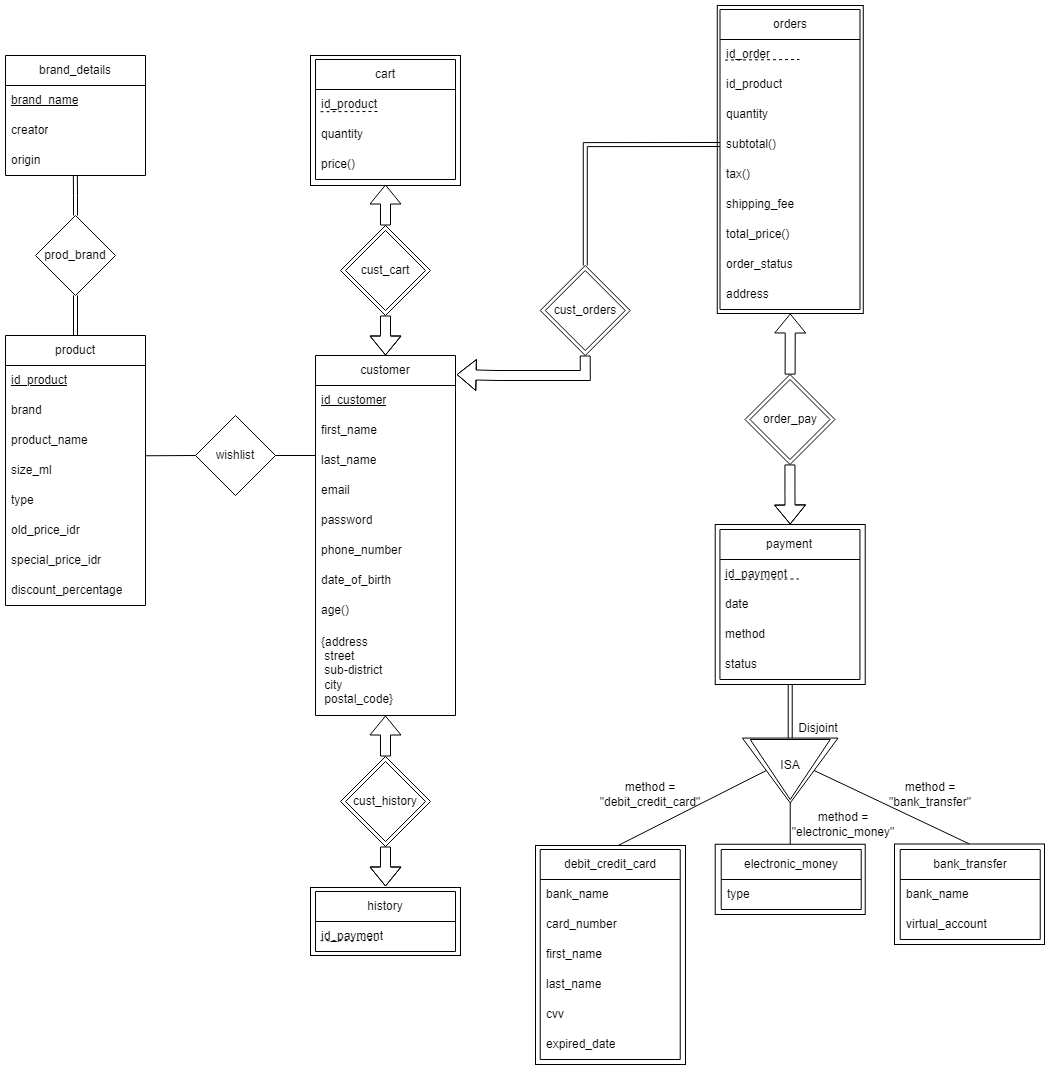
The draw.io diagram Data Storing/design/ERD.png in fredrick03/TUGAS_SELEKSI_1_18221156, before a commit. Source tidied: cells renumbered, new cells last; positions are measured from the earlier drawing's top-left corner, leaving out a move shared by most shapes.
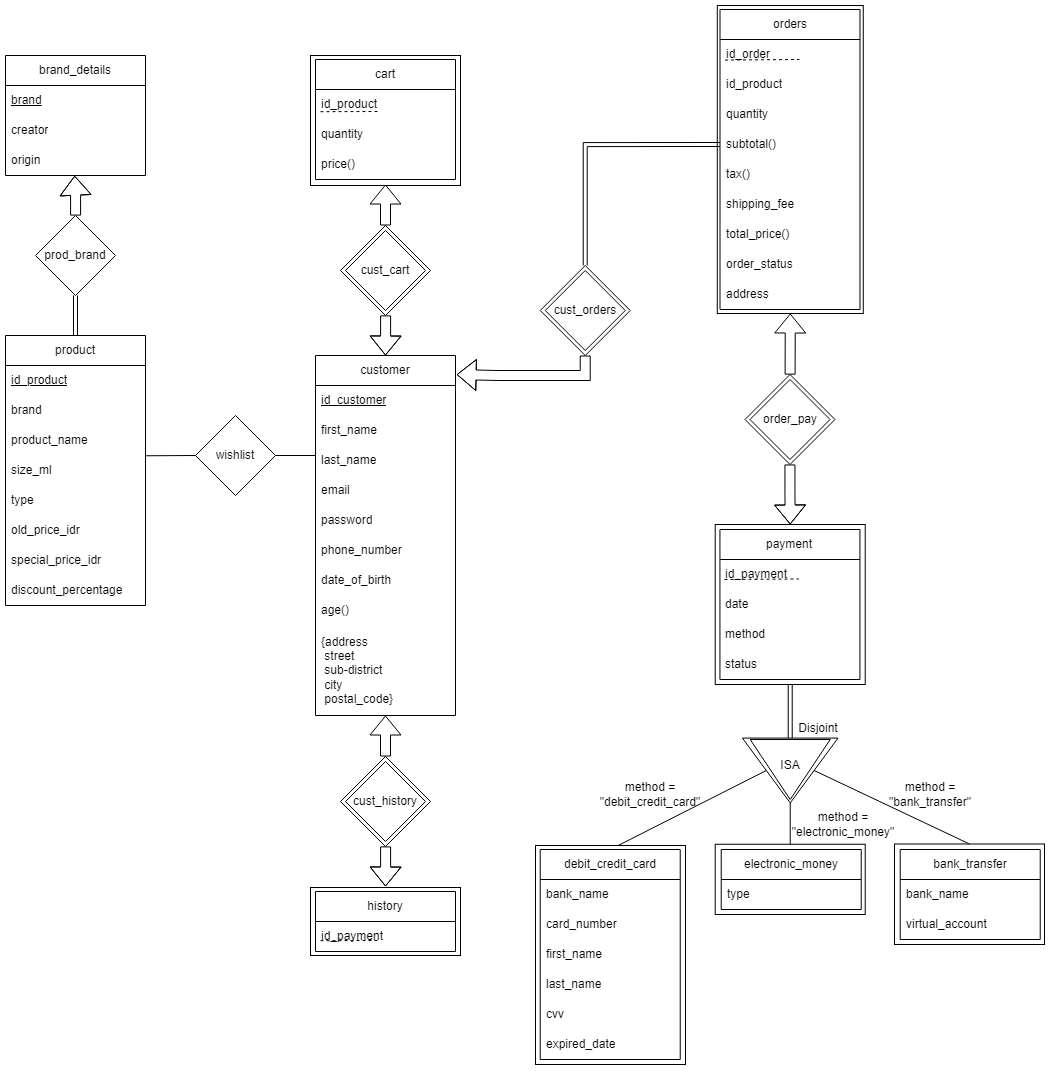
The same diagram one commit later.

Diff of the diagram source:
```diff
@@ -113,7 +113,7 @@
     <mxCell id="37" value="brand_details" style="swimlane;fontStyle=0;horizontal=1;startSize=30;whiteSpace=wrap;html=1;" parent="1" vertex="1">
       <mxGeometry y="50" width="140" height="120" as="geometry" />
     </mxCell>
-    <mxCell id="38" value="&lt;u&gt;brand_name&lt;/u&gt;" style="text;strokeColor=none;fillColor=none;align=left;verticalAlign=middle;spacingLeft=4;spacingRight=4;overflow=hidden;whiteSpace=wrap;html=1;" parent="37" vertex="1">
+    <mxCell id="38" value="&lt;u&gt;brand&lt;/u&gt;" style="text;strokeColor=none;fillColor=none;align=left;verticalAlign=middle;spacingLeft=4;spacingRight=4;overflow=hidden;whiteSpace=wrap;html=1;" parent="37" vertex="1">
       <mxGeometry y="30" width="140" height="30" as="geometry" />
     </mxCell>
     <mxCell id="39" value="creator" style="text;strokeColor=none;fillColor=none;align=left;verticalAlign=middle;spacingLeft=4;spacingRight=4;overflow=hidden;whiteSpace=wrap;html=1;" parent="37" vertex="1">
@@ -187,14 +187,9 @@
         <mxPoint x="70" y="330" as="targetPoint" />
       </mxGeometry>
     </mxCell>
-    <mxCell id="62" style="rounded=0;jettySize=auto;html=1;exitX=0.5;exitY=0;exitDx=0;exitDy=0;entryX=0.499;entryY=0.984;entryDx=0;entryDy=0;entryPerimeter=0;endArrow=none;endFill=0;shape=link;" parent="1" edge="1" source="63">
-      <mxGeometry relative="1" as="geometry">
-        <mxPoint x="69.9" y="169.5" as="targetPoint" />
-        <Array as="points">
-          <mxPoint x="70" y="190" />
-        </Array>
-      </mxGeometry>
-    </mxCell>
+    <mxCell id="104" style="edgeStyle=orthogonalEdgeStyle;rounded=0;jettySize=auto;html=1;entryX=0.494;entryY=1.007;entryDx=0;entryDy=0;entryPerimeter=0;shape=flexArrow;" parent="1" edge="1" source="63" target="40">
+      <mxGeometry relative="1" as="geometry" />
+    </mxCell>
     <mxCell id="63" value="prod_brand" style="rhombus;whiteSpace=wrap;html=1;" parent="1" vertex="1">
       <mxGeometry x="30" y="210" width="80" height="80" as="geometry" />
     </mxCell>
```
